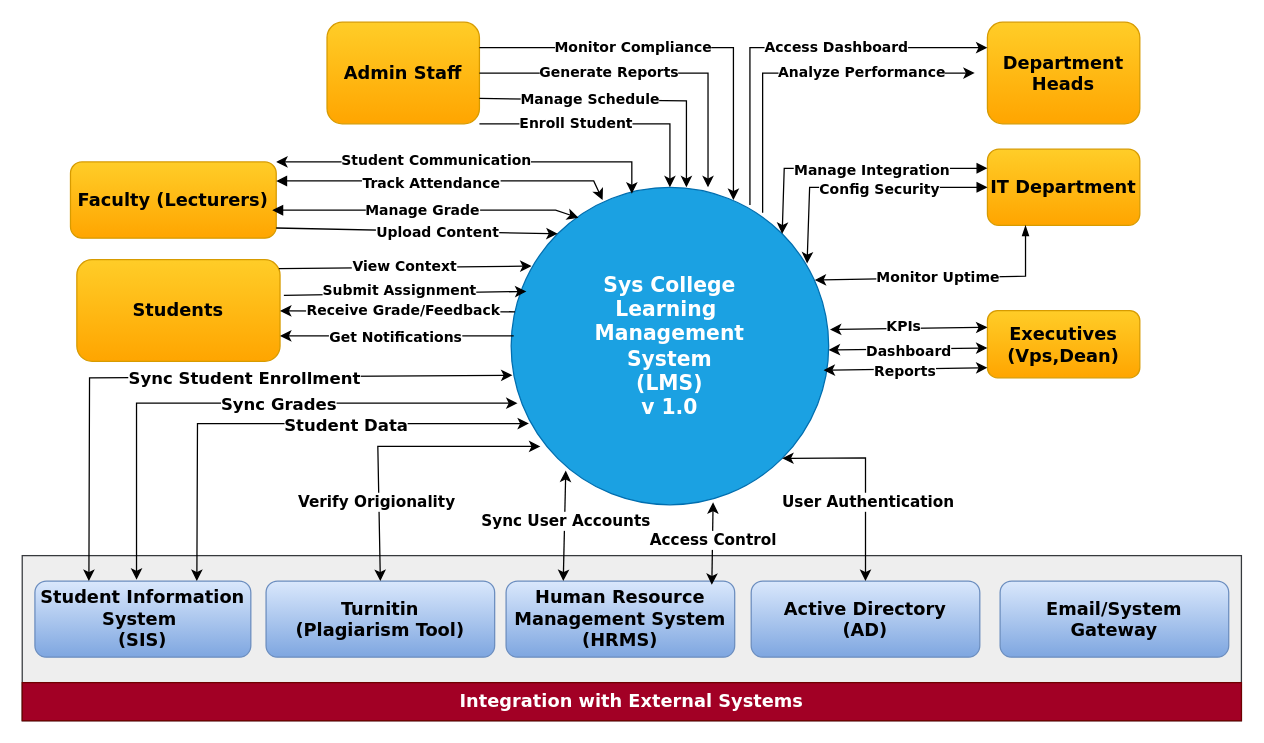
Earlier version of the draw.io diagram 02 - LMS-SysCollege/02 - Diagrams/System Context Diagram.drawio (ZohaibWaqarMalik/Technical-Business-Analyst-Projects). Source tidied: cells renumbered, new cells numbered last; positions are measured from the earlier drawing's top-left corner, leaving out a move shared by most shapes. Both pictures are drawn from the tidied source at 127%, with x=0, y=0 at pixel (22, 22).
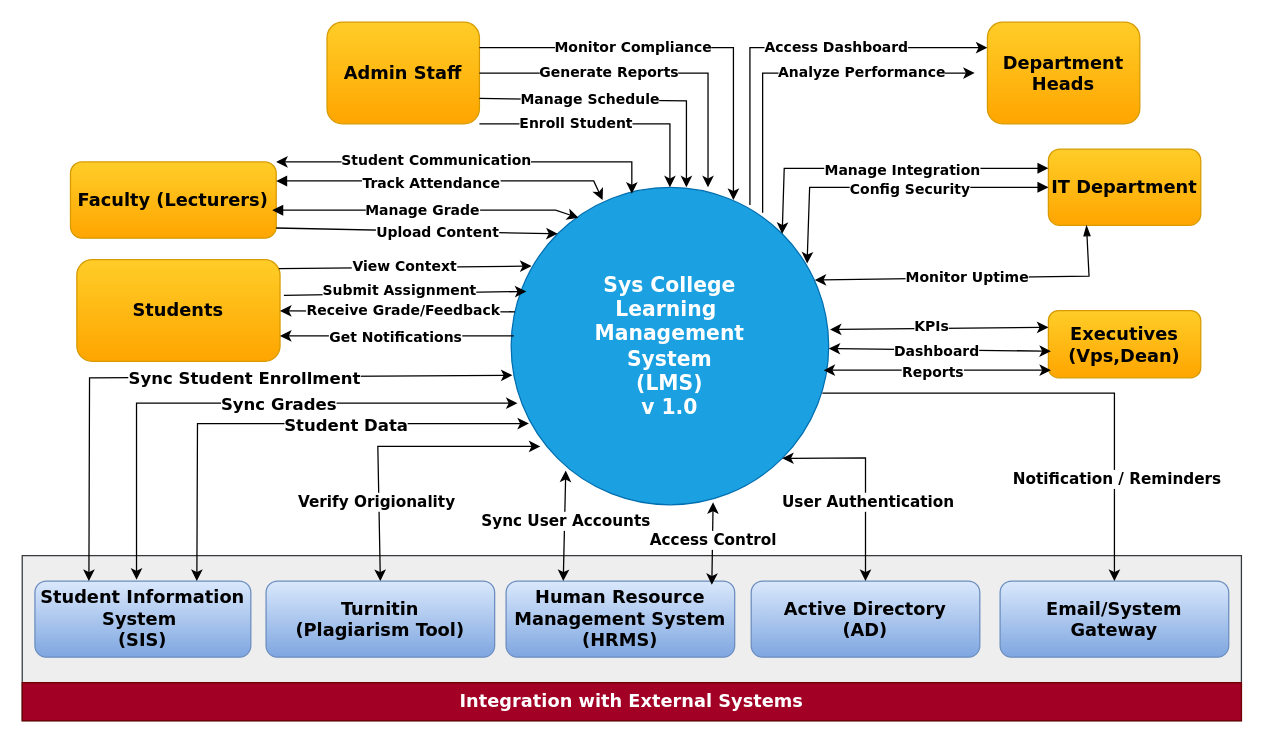
The same page after the edit.

Commit message:
Update System Context Diagram

Include Mapping / Connections for External System
 - Email & Notifications

The change refers to these unchanged cells:
```xml
<mxCell id="2" value="&lt;div&gt;&lt;font face=&quot;Verdana&quot; style=&quot;font-size: 16px;&quot;&gt;&lt;b style=&quot;&quot;&gt;Sys College&lt;/b&gt;&lt;/font&gt;&lt;/div&gt;&lt;div&gt;&lt;b style=&quot;font-size: 16px; background-color: transparent;&quot;&gt;&lt;font style=&quot;color: light-dark(rgb(255, 255, 255), rgb(255, 255, 255));&quot; face=&quot;Verdana&quot;&gt;Learning&amp;nbsp;&lt;/font&gt;&lt;/b&gt;&lt;/div&gt;&lt;div&gt;&lt;font face=&quot;Verdana&quot; style=&quot;font-size: 16px;&quot;&gt;&lt;b&gt;Management&lt;/b&gt;&lt;/font&gt;&lt;/div&gt;&lt;div&gt;&lt;font face=&quot;Verdana&quot; style=&quot;font-size: 16px;&quot;&gt;&lt;b&gt;System&lt;/b&gt;&lt;/font&gt;&lt;/div&gt;&lt;div&gt;&lt;font face=&quot;Verdana&quot; style=&quot;font-size: 16px;&quot;&gt;&lt;b&gt;(LMS)&lt;br&gt;&lt;/b&gt;&lt;/font&gt;&lt;div&gt;&lt;font face=&quot;Verdana&quot; style=&quot;font-size: 16px;&quot;&gt;&lt;b style=&quot;&quot;&gt;v 1.0&lt;/b&gt;&lt;/font&gt;&lt;/div&gt;&lt;/div&gt;" style="ellipse;whiteSpace=wrap;html=1;fillColor=#1ba1e2;fontColor=#ffffff;strokeColor=#006EAF;" parent="1" vertex="1">
  <mxGeometry x="385" y="130" width="250" height="250" as="geometry" />
</mxCell>
<mxCell id="54" value="&lt;font face=&quot;Verdana&quot;&gt;&lt;span style=&quot;font-size: 14px;&quot;&gt;&lt;b&gt;Email/System Gateway&lt;/b&gt;&lt;/span&gt;&lt;/font&gt;" style="rounded=1;whiteSpace=wrap;html=1;fillColor=#dae8fc;strokeColor=#6c8ebf;gradientColor=#7ea6e0;" parent="1" vertex="1">
  <mxGeometry x="770" y="440" width="180" height="60" as="geometry" />
</mxCell>
```

The edit, as a diff of the source:
```diff
@@
     <mxCell id="7" value="&lt;b&gt;&lt;font style=&quot;font-size: 14px;&quot; face=&quot;Verdana&quot;&gt;IT Department&lt;/font&gt;&lt;/b&gt;" style="rounded=1;whiteSpace=wrap;html=1;fillColor=#ffcd28;gradientColor=#ffa500;strokeColor=#d79b00;" parent="1" vertex="1">
-      <mxGeometry x="760" y="100" width="120" height="60" as="geometry" />
+      <mxGeometry x="808" y="100" width="120" height="60" as="geometry" />
     </mxCell>
     <mxCell id="8" value="&lt;b&gt;&lt;font style=&quot;font-size: 14px;&quot; face=&quot;Verdana&quot;&gt;Executives (Vps,Dean)&lt;/font&gt;&lt;/b&gt;" style="rounded=1;whiteSpace=wrap;html=1;fillColor=#ffcd28;gradientColor=#ffa500;strokeColor=#d79b00;" parent="1" vertex="1">
-      <mxGeometry x="760" y="227" width="120" height="53" as="geometry" />
+      <mxGeometry x="808" y="227" width="120" height="53" as="geometry" />
     </mxCell>
@@
     <mxCell id="41" style="endArrow=classic;html=1;rounded=0;exitX=0.25;exitY=1;exitDx=0;exitDy=0;entryX=0.956;entryY=0.292;entryDx=0;entryDy=0;entryPerimeter=0;startArrow=blockThin;startFill=1;" parent="1" edge="1" source="7" target="2">
       <mxGeometry relative="1" as="geometry">
         <Array as="points">
-          <mxPoint x="790" y="200" />
+          <mxPoint x="840" y="200" />
         </Array>
       </mxGeometry>
     </mxCell>
@@
-    <mxCell id="45" style="endArrow=classic;startArrow=classic;html=1;rounded=0;exitX=1;exitY=0.5;exitDx=0;exitDy=0;entryX=0;entryY=0.5;entryDx=0;entryDy=0;" parent="1" edge="1">
+    <mxCell id="45" style="endArrow=classic;startArrow=classic;html=1;rounded=0;exitX=1;exitY=0.5;exitDx=0;exitDy=0;" parent="1" edge="1">
       <mxGeometry relative="1" as="geometry">
-        <mxPoint x="635" y="258" as="sourcePoint" />
-        <mxPoint x="760" y="256.5" as="targetPoint" />
+        <mxPoint x="635" y="257" as="sourcePoint" />
+        <mxPoint x="810" y="259" as="targetPoint" />
       </mxGeometry>
     </mxCell>
@@
-    <mxCell id="47" style="endArrow=classic;startArrow=classic;html=1;rounded=0;exitX=0.984;exitY=0.568;exitDx=0;exitDy=0;exitPerimeter=0;" parent="1" edge="1">
+    <mxCell id="47" style="endArrow=classic;startArrow=classic;html=1;rounded=0;exitX=0.984;exitY=0.568;exitDx=0;exitDy=0;exitPerimeter=0;entryX=0.017;entryY=0.887;entryDx=0;entryDy=0;entryPerimeter=0;" parent="1" edge="1" target="8">
       <mxGeometry relative="1" as="geometry">
         <mxPoint x="631" y="274" as="sourcePoint" />
-        <mxPoint x="760" y="272" as="targetPoint" />
       </mxGeometry>
     </mxCell>
@@
+    <mxCell id="70" style="endArrow=classic;html=1;rounded=0;exitX=0.98;exitY=0.648;exitDx=0;exitDy=0;exitPerimeter=0;entryX=0.5;entryY=0;entryDx=0;entryDy=0;" parent="1" edge="1" source="2" target="54">
+      <mxGeometry relative="1" as="geometry">
+        <Array as="points">
+          <mxPoint x="860" y="292" />
+        </Array>
+      </mxGeometry>
+    </mxCell>
+    <mxCell id="71" value="&lt;font style=&quot;font-size: 12px;&quot; face=&quot;Verdana&quot;&gt;&lt;b&gt;Notification / Reminders&lt;/b&gt;&lt;/font&gt;" style="edgeLabel;html=1;align=center;verticalAlign=middle;" parent="70" vertex="1">
+      <mxGeometry x="0.57" y="1" relative="1" as="geometry" />
+    </mxCell>
```
